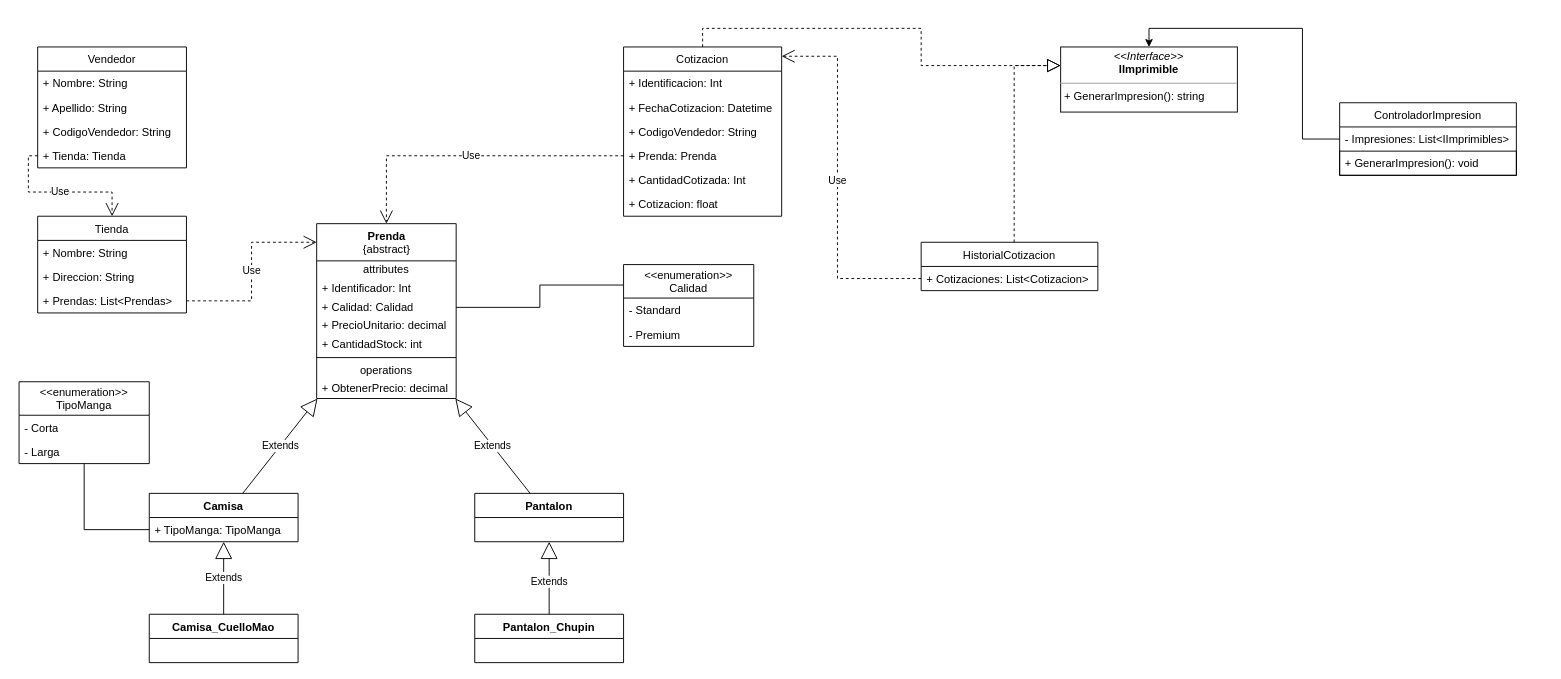
Before: Diagrama UML.drawio in Kazte/ventas-app, a draw.io diagram. Source tidied: cells renumbered, new cells numbered last; positions are measured from the earlier drawing's top-left corner, leaving out a move shared by most shapes. Both pictures are drawn from the tidied source at 93%, with x=0, y=0 at pixel (19, 28).
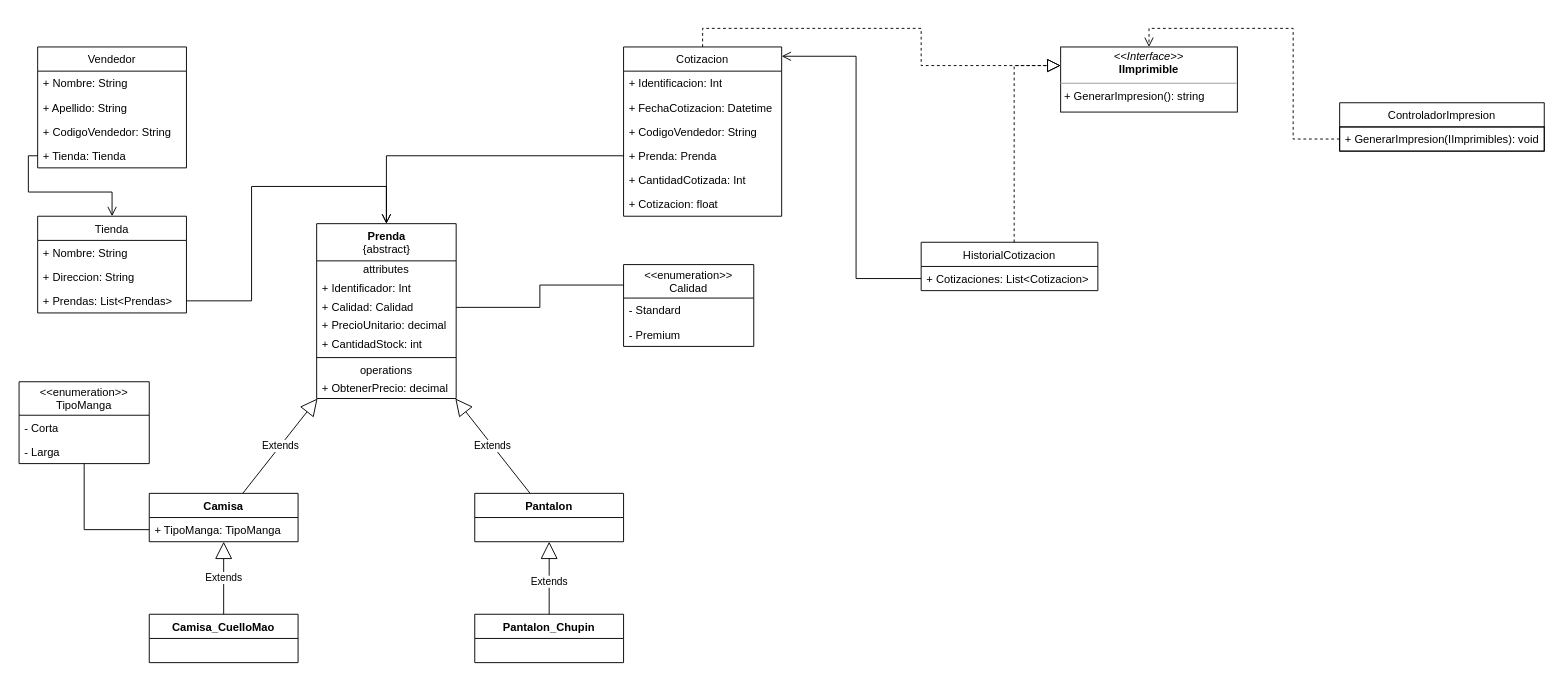
Above is the later version.

Commit message:
Corregido Relaciones

Unchanged cells that the change refers to:
```xml
<mxCell id="6" value="+ Tienda: Tienda" style="text;strokeColor=none;fillColor=none;align=left;verticalAlign=top;spacingLeft=4;spacingRight=4;overflow=hidden;points=[[0,0.5],[1,0.5]];portConstraint=eastwest;" parent="2" vertex="1">
  <mxGeometry y="104" width="160" height="26" as="geometry" />
</mxCell>
<mxCell id="7" value="Cotizacion" style="swimlane;fontStyle=0;horizontal=1;startSize=26;fillColor=none;" parent="1" vertex="1">
  <mxGeometry x="650" y="20" width="170" height="182" as="geometry" />
</mxCell>
<mxCell id="11" value="+ Prenda: Prenda" style="text;strokeColor=none;fillColor=none;align=left;verticalAlign=top;spacingLeft=4;spacingRight=4;overflow=hidden;points=[[0,0.5],[1,0.5]];portConstraint=eastwest;" parent="7" vertex="1">
  <mxGeometry y="104" width="170" height="26" as="geometry" />
</mxCell>
<mxCell id="14" value="Tienda" style="swimlane;fontStyle=0;horizontal=1;startSize=26;fillColor=none;" parent="1" vertex="1">
  <mxGeometry x="20" y="202" width="160" height="104" as="geometry" />
</mxCell>
<mxCell id="17" value="+ Prendas: List&lt;Prendas&gt;" style="text;strokeColor=none;fillColor=none;align=left;verticalAlign=top;spacingLeft=4;spacingRight=4;overflow=hidden;points=[[0,0.5],[1,0.5]];portConstraint=eastwest;" parent="14" vertex="1">
  <mxGeometry y="78" width="160" height="26" as="geometry" />
</mxCell>
<mxCell id="22" value="&lt;b&gt;Prenda&lt;/b&gt;&lt;br&gt;{abstract}" style="swimlane;fontStyle=0;align=center;verticalAlign=top;horizontal=1;startSize=40;html=1;" parent="1" vertex="1">
  <mxGeometry x="320" y="210" width="150" height="188" as="geometry" />
</mxCell>
<mxCell id="40" value="&lt;p style=&quot;margin:0px;margin-top:4px;text-align:center;&quot;&gt;&lt;i&gt;&amp;lt;&amp;lt;Interface&amp;gt;&amp;gt;&lt;/i&gt;&lt;br&gt;&lt;b&gt;IImprimible&lt;/b&gt;&lt;/p&gt;&lt;hr size=&quot;1&quot;&gt;&lt;p style=&quot;margin:0px;margin-left:4px;&quot;&gt;+ GenerarImpresion(): string&lt;/p&gt;" style="verticalAlign=top;align=left;overflow=fill;fontSize=12;fontFamily=Helvetica;html=1;" parent="1" vertex="1">
  <mxGeometry x="1120" y="20" width="190" height="70" as="geometry" />
</mxCell>
<mxCell id="41" value="HistorialCotizacion" style="swimlane;fontStyle=0;horizontal=1;startSize=26;fillColor=none;" parent="1" vertex="1">
  <mxGeometry x="970" y="230" width="190" height="52" as="geometry" />
</mxCell>
<mxCell id="42" value="+ Cotizaciones: List&lt;Cotizacion&gt;&#10;" style="text;strokeColor=none;fillColor=none;align=left;verticalAlign=top;spacingLeft=4;spacingRight=4;overflow=hidden;points=[[0,0.5],[1,0.5]];portConstraint=eastwest;" parent="41" vertex="1">
  <mxGeometry y="26" width="190" height="26" as="geometry" />
</mxCell>
```

What changed in the source:
```diff
@@
     <mxCell id="43" value="ControladorImpresion" style="swimlane;fontStyle=0;horizontal=1;startSize=26;fillColor=none;" parent="1" vertex="1">
-      <mxGeometry x="1420" y="80" width="190" height="78" as="geometry" />
+      <mxGeometry x="1420" y="80" width="220" height="52" as="geometry" />
     </mxCell>
-    <mxCell id="44" value="- Impresiones: List&lt;IImprimibles&gt;" style="text;strokeColor=none;fillColor=none;align=left;verticalAlign=top;spacingLeft=4;spacingRight=4;overflow=hidden;points=[[0,0.5],[1,0.5]];portConstraint=eastwest;" parent="43" vertex="1">
-      <mxGeometry y="26" width="190" height="26" as="geometry" />
-    </mxCell>
-    <mxCell id="45" value="+ GenerarImpresion(): void" style="text;strokeColor=default;fillColor=none;align=left;verticalAlign=top;spacingLeft=4;spacingRight=4;overflow=hidden;" parent="43" vertex="1">
-      <mxGeometry y="52" width="190" height="26" as="geometry" />
+    <mxCell id="45" value="+ GenerarImpresion(IImprimibles): void" style="text;strokeColor=default;fillColor=none;align=left;verticalAlign=top;spacingLeft=4;spacingRight=4;overflow=hidden;" parent="43" vertex="1">
+      <mxGeometry y="26" width="220" height="26" as="geometry" />
     </mxCell>
-    <mxCell id="46" style="edgeStyle=orthogonalEdgeStyle;rounded=0;jettySize=auto;html=1;startArrow=none;startFill=0;endArrow=classic;endFill=1;sourcePerimeterSpacing=0;" parent="1" edge="1" source="44" target="40">
-      <mxGeometry relative="1" as="geometry">
-        <Array as="points">
-          <mxPoint x="1380" y="119" />
-          <mxPoint x="1380" />
-          <mxPoint x="1215" />
-        </Array>
-      </mxGeometry>
-    </mxCell>
@@
-    <mxCell id="51" value="Use" style="endArrow=open;endSize=12;dashed=1;html=1;rounded=0;sourcePerimeterSpacing=0;edgeStyle=orthogonalEdgeStyle;" parent="1" edge="1" source="17" target="22">
-      <mxGeometry relative="1" as="geometry">
-        <Array as="points">
-          <mxPoint x="250" y="293" />
-          <mxPoint x="250" y="230" />
-        </Array>
-      </mxGeometry>
-    </mxCell>
+    <mxCell id="55" style="endArrow=block;dashed=1;endFill=0;endSize=12;html=1;rounded=0;sourcePerimeterSpacing=0;edgeStyle=orthogonalEdgeStyle;" parent="1" edge="1" source="7" target="40">
+      <mxGeometry relative="1" as="geometry">
+        <Array as="points">
+          <mxPoint x="735" />
+          <mxPoint x="970" />
+          <mxPoint x="970" y="40" />
+        </Array>
+      </mxGeometry>
+    </mxCell>
+    <mxCell id="56" style="endArrow=block;dashed=1;endFill=0;endSize=12;html=1;rounded=0;sourcePerimeterSpacing=0;edgeStyle=orthogonalEdgeStyle;" parent="1" edge="1" source="41" target="40">
+      <mxGeometry relative="1" as="geometry">
+        <Array as="points">
+          <mxPoint x="1070" y="40" />
+        </Array>
+      </mxGeometry>
+    </mxCell>
-    <mxCell id="52" value="Use" style="endArrow=open;endSize=12;dashed=1;html=1;rounded=0;sourcePerimeterSpacing=0;edgeStyle=orthogonalEdgeStyle;" parent="1" edge="1" source="6" target="14">
+    <mxCell id="52" style="endArrow=open;startArrow=none;endFill=0;startFill=0;endSize=8;html=1;verticalAlign=bottom;labelBackgroundColor=none;strokeWidth=1;rounded=0;edgeStyle=orthogonalEdgeStyle;" parent="1" edge="1" source="6" target="14">
       <mxGeometry relative="1" as="geometry" />
     </mxCell>
-    <mxCell id="53" value="Use" style="endArrow=open;endSize=12;dashed=1;html=1;rounded=0;sourcePerimeterSpacing=0;edgeStyle=orthogonalEdgeStyle;" parent="1" edge="1" source="11" target="22">
+    <mxCell id="53" style="endArrow=open;startArrow=none;endFill=0;startFill=0;endSize=8;html=1;verticalAlign=bottom;labelBackgroundColor=none;strokeWidth=1;rounded=0;exitX=0;exitY=0.5;exitDx=0;exitDy=0;edgeStyle=orthogonalEdgeStyle;" parent="1" edge="1" source="11" target="22">
       <mxGeometry relative="1" as="geometry" />
     </mxCell>
+    <mxCell id="51" style="endArrow=open;startArrow=none;endFill=0;startFill=0;endSize=8;html=1;verticalAlign=bottom;labelBackgroundColor=none;strokeWidth=1;rounded=0;edgeStyle=orthogonalEdgeStyle;" parent="1" edge="1" source="17" target="22">
+      <mxGeometry relative="1" as="geometry">
+        <Array as="points">
+          <mxPoint x="250" y="293" />
+          <mxPoint x="250" y="170" />
+          <mxPoint x="395" y="170" />
+        </Array>
+      </mxGeometry>
+    </mxCell>
-    <mxCell id="54" value="Use" style="endArrow=open;endSize=12;dashed=1;html=1;rounded=0;sourcePerimeterSpacing=0;edgeStyle=orthogonalEdgeStyle;" parent="1" edge="1" source="42" target="7">
+    <mxCell id="54" style="endArrow=open;startArrow=none;endFill=0;startFill=0;endSize=8;html=1;verticalAlign=bottom;labelBackgroundColor=none;strokeWidth=1;rounded=0;edgeStyle=orthogonalEdgeStyle;" parent="1" edge="1" source="42" target="7">
       <mxGeometry relative="1" as="geometry">
         <Array as="points">
-          <mxPoint x="880" y="269" />
-          <mxPoint x="880" y="30" />
+          <mxPoint x="900" y="269" />
+          <mxPoint x="900" y="30" />
         </Array>
       </mxGeometry>
     </mxCell>
-    <mxCell id="55" style="endArrow=block;dashed=1;endFill=0;endSize=12;html=1;rounded=0;sourcePerimeterSpacing=0;edgeStyle=orthogonalEdgeStyle;" parent="1" edge="1" source="7" target="40">
-      <mxGeometry relative="1" as="geometry">
-        <Array as="points">
-          <mxPoint x="735" />
-          <mxPoint x="970" />
-          <mxPoint x="970" y="40" />
-        </Array>
-      </mxGeometry>
-    </mxCell>
-    <mxCell id="56" style="endArrow=block;dashed=1;endFill=0;endSize=12;html=1;rounded=0;sourcePerimeterSpacing=0;edgeStyle=orthogonalEdgeStyle;" parent="1" edge="1" source="41" target="40">
-      <mxGeometry relative="1" as="geometry">
-        <Array as="points">
-          <mxPoint x="1070" y="40" />
-        </Array>
-      </mxGeometry>
-    </mxCell>
+    <mxCell id="57" style="endArrow=open;startArrow=none;endFill=0;startFill=0;endSize=8;html=1;verticalAlign=bottom;labelBackgroundColor=none;strokeWidth=1;rounded=0;edgeStyle=orthogonalEdgeStyle;dashed=1;" parent="1" edge="1" target="40">
+      <mxGeometry relative="1" as="geometry">
+        <mxPoint x="1420" y="119" as="sourcePoint" />
+        <Array as="points">
+          <mxPoint x="1370" y="119" />
+          <mxPoint x="1370" />
+          <mxPoint x="1215" />
+        </Array>
+      </mxGeometry>
+    </mxCell>
```
